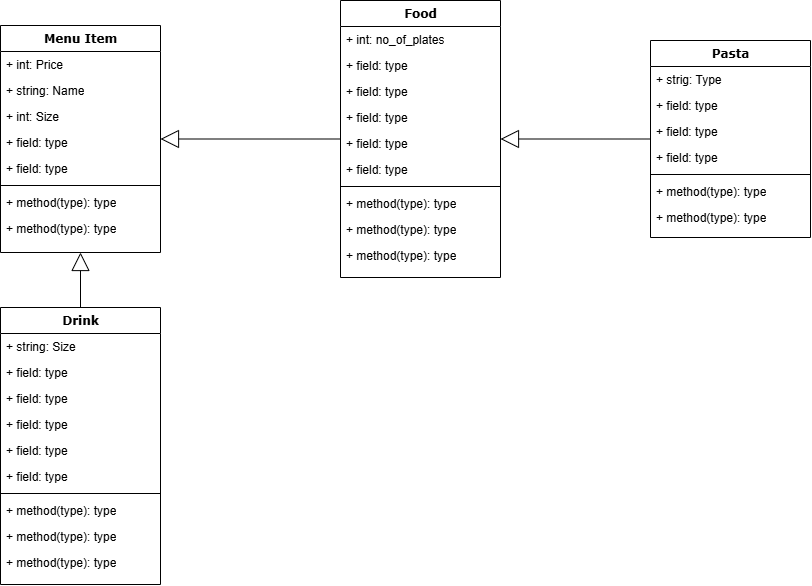
Above: UML.png in SohamA12345/Project (draw.io), before the change. Source tidied: cells renumbered, new cells last; positions are measured from the earlier drawing's top-left corner, leaving out a move shared by most shapes. Its diagram source:
```xml
<mxGraphModel>
  <root>
    <mxCell id="0" />
    <mxCell id="1" parent="0" />
    <mxCell id="2" value="&lt;div&gt;Menu Item&lt;br&gt;&lt;/div&gt;" style="swimlane;html=1;fontStyle=1;align=center;verticalAlign=top;horizontal=1;startSize=26;swimlaneFillColor=#ffffff;rounded=0;shadow=0;comic=0;labelBackgroundColor=none;strokeWidth=1;fillColor=none;fontFamily=Verdana;fontSize=12;" parent="1" vertex="1">
      <mxGeometry y="25" width="160" height="227" as="geometry" />
    </mxCell>
    <mxCell id="3" value="+ int: Price" style="text;html=1;strokeColor=none;fillColor=none;align=left;verticalAlign=top;spacingLeft=4;spacingRight=4;whiteSpace=wrap;overflow=hidden;" parent="2" vertex="1">
      <mxGeometry y="26" width="160" height="26" as="geometry" />
    </mxCell>
    <mxCell id="4" value="+ string: Name" style="text;html=1;strokeColor=none;fillColor=none;align=left;verticalAlign=top;spacingLeft=4;spacingRight=4;whiteSpace=wrap;overflow=hidden;" parent="2" vertex="1">
      <mxGeometry y="52" width="160" height="26" as="geometry" />
    </mxCell>
    <mxCell id="5" value="+ int: Size" style="text;html=1;strokeColor=none;fillColor=none;align=left;verticalAlign=top;spacingLeft=4;spacingRight=4;whiteSpace=wrap;overflow=hidden;" parent="2" vertex="1">
      <mxGeometry y="78" width="160" height="26" as="geometry" />
    </mxCell>
    <mxCell id="6" value="+ field: type" style="text;html=1;strokeColor=none;fillColor=none;align=left;verticalAlign=top;spacingLeft=4;spacingRight=4;whiteSpace=wrap;overflow=hidden;" parent="2" vertex="1">
      <mxGeometry y="104" width="160" height="26" as="geometry" />
    </mxCell>
    <mxCell id="7" value="+ field: type" style="text;html=1;strokeColor=none;fillColor=none;align=left;verticalAlign=top;spacingLeft=4;spacingRight=4;whiteSpace=wrap;overflow=hidden;" parent="2" vertex="1">
      <mxGeometry y="130" width="160" height="26" as="geometry" />
    </mxCell>
    <mxCell id="8" style="line;html=1;strokeWidth=1;fillColor=none;align=left;verticalAlign=middle;spacingTop=-1;spacingLeft=3;spacingRight=3;labelPosition=right;" parent="2" vertex="1">
      <mxGeometry y="156" width="160" height="8" as="geometry" />
    </mxCell>
    <mxCell id="9" value="+ method(type): type" style="text;html=1;strokeColor=none;fillColor=none;align=left;verticalAlign=top;spacingLeft=4;spacingRight=4;whiteSpace=wrap;overflow=hidden;" parent="2" vertex="1">
      <mxGeometry y="164" width="160" height="26" as="geometry" />
    </mxCell>
    <mxCell id="10" value="+ method(type): type" style="text;html=1;strokeColor=none;fillColor=none;align=left;verticalAlign=top;spacingLeft=4;spacingRight=4;whiteSpace=wrap;overflow=hidden;" parent="2" vertex="1">
      <mxGeometry y="190" width="160" height="26" as="geometry" />
    </mxCell>
    <mxCell id="11" style="edgeStyle=orthogonalEdgeStyle;html=1;labelBackgroundColor=none;startFill=0;startSize=8;endArrow=block;endFill=0;endSize=16;fontFamily=Verdana;fontSize=12;elbow=vertical;rounded=1;strokeColor=default;align=center;verticalAlign=middle;fontColor=default;" parent="1" edge="1" source="23" target="12">
      <mxGeometry relative="1" as="geometry" />
    </mxCell>
    <mxCell id="12" value="Food" style="swimlane;html=1;fontStyle=1;align=center;verticalAlign=top;horizontal=1;startSize=26;swimlaneFillColor=#ffffff;rounded=0;shadow=0;comic=0;labelBackgroundColor=none;strokeWidth=1;fillColor=none;fontFamily=Verdana;fontSize=12;" parent="1" vertex="1">
      <mxGeometry x="340" width="160" height="277" as="geometry" />
    </mxCell>
    <mxCell id="13" value="+ int: no_of_plates" style="text;html=1;strokeColor=none;fillColor=none;align=left;verticalAlign=top;spacingLeft=4;spacingRight=4;whiteSpace=wrap;overflow=hidden;" parent="12" vertex="1">
      <mxGeometry y="26" width="160" height="26" as="geometry" />
    </mxCell>
    <mxCell id="14" value="+ field: type" style="text;html=1;strokeColor=none;fillColor=none;align=left;verticalAlign=top;spacingLeft=4;spacingRight=4;whiteSpace=wrap;overflow=hidden;" parent="12" vertex="1">
      <mxGeometry y="52" width="160" height="26" as="geometry" />
    </mxCell>
    <mxCell id="15" value="+ field: type" style="text;html=1;strokeColor=none;fillColor=none;align=left;verticalAlign=top;spacingLeft=4;spacingRight=4;whiteSpace=wrap;overflow=hidden;" parent="12" vertex="1">
      <mxGeometry y="78" width="160" height="26" as="geometry" />
    </mxCell>
    <mxCell id="16" value="+ field: type" style="text;html=1;strokeColor=none;fillColor=none;align=left;verticalAlign=top;spacingLeft=4;spacingRight=4;whiteSpace=wrap;overflow=hidden;" parent="12" vertex="1">
      <mxGeometry y="104" width="160" height="26" as="geometry" />
    </mxCell>
    <mxCell id="17" value="+ field: type" style="text;html=1;strokeColor=none;fillColor=none;align=left;verticalAlign=top;spacingLeft=4;spacingRight=4;whiteSpace=wrap;overflow=hidden;" parent="12" vertex="1">
      <mxGeometry y="130" width="160" height="26" as="geometry" />
    </mxCell>
    <mxCell id="18" value="+ field: type" style="text;html=1;strokeColor=none;fillColor=none;align=left;verticalAlign=top;spacingLeft=4;spacingRight=4;whiteSpace=wrap;overflow=hidden;" parent="12" vertex="1">
      <mxGeometry y="156" width="160" height="26" as="geometry" />
    </mxCell>
    <mxCell id="19" style="line;html=1;strokeWidth=1;fillColor=none;align=left;verticalAlign=middle;spacingTop=-1;spacingLeft=3;spacingRight=3;labelPosition=right;" parent="12" vertex="1">
      <mxGeometry y="182" width="160" height="8" as="geometry" />
    </mxCell>
    <mxCell id="20" value="+ method(type): type" style="text;html=1;strokeColor=none;fillColor=none;align=left;verticalAlign=top;spacingLeft=4;spacingRight=4;whiteSpace=wrap;overflow=hidden;" parent="12" vertex="1">
      <mxGeometry y="190" width="160" height="26" as="geometry" />
    </mxCell>
    <mxCell id="21" value="+ method(type): type" style="text;html=1;strokeColor=none;fillColor=none;align=left;verticalAlign=top;spacingLeft=4;spacingRight=4;whiteSpace=wrap;overflow=hidden;" parent="12" vertex="1">
      <mxGeometry y="216" width="160" height="26" as="geometry" />
    </mxCell>
    <mxCell id="22" value="+ method(type): type" style="text;html=1;strokeColor=none;fillColor=none;align=left;verticalAlign=top;spacingLeft=4;spacingRight=4;whiteSpace=wrap;overflow=hidden;" parent="12" vertex="1">
      <mxGeometry y="242" width="160" height="26" as="geometry" />
    </mxCell>
    <mxCell id="23" value="Pasta" style="swimlane;html=1;fontStyle=1;align=center;verticalAlign=top;horizontal=1;startSize=26;swimlaneFillColor=#ffffff;rounded=0;shadow=0;comic=0;labelBackgroundColor=none;strokeWidth=1;fillColor=none;fontFamily=Verdana;fontSize=12;" parent="1" vertex="1">
      <mxGeometry x="650" y="40" width="160" height="197" as="geometry" />
    </mxCell>
    <mxCell id="24" value="+ strig: Type&amp;nbsp;" style="text;html=1;strokeColor=none;fillColor=none;align=left;verticalAlign=top;spacingLeft=4;spacingRight=4;whiteSpace=wrap;overflow=hidden;" parent="23" vertex="1">
      <mxGeometry y="26" width="160" height="26" as="geometry" />
    </mxCell>
    <mxCell id="25" value="+ field: type" style="text;html=1;strokeColor=none;fillColor=none;align=left;verticalAlign=top;spacingLeft=4;spacingRight=4;whiteSpace=wrap;overflow=hidden;" parent="23" vertex="1">
      <mxGeometry y="52" width="160" height="26" as="geometry" />
    </mxCell>
    <mxCell id="26" value="+ field: type" style="text;html=1;strokeColor=none;fillColor=none;align=left;verticalAlign=top;spacingLeft=4;spacingRight=4;whiteSpace=wrap;overflow=hidden;" parent="23" vertex="1">
      <mxGeometry y="78" width="160" height="26" as="geometry" />
    </mxCell>
    <mxCell id="27" value="+ field: type" style="text;html=1;strokeColor=none;fillColor=none;align=left;verticalAlign=top;spacingLeft=4;spacingRight=4;whiteSpace=wrap;overflow=hidden;" parent="23" vertex="1">
      <mxGeometry y="104" width="160" height="26" as="geometry" />
    </mxCell>
    <mxCell id="28" style="line;html=1;strokeWidth=1;fillColor=none;align=left;verticalAlign=middle;spacingTop=-1;spacingLeft=3;spacingRight=3;labelPosition=right;" parent="23" vertex="1">
      <mxGeometry y="130" width="160" height="8" as="geometry" />
    </mxCell>
    <mxCell id="29" value="+ method(type): type" style="text;html=1;strokeColor=none;fillColor=none;align=left;verticalAlign=top;spacingLeft=4;spacingRight=4;whiteSpace=wrap;overflow=hidden;" parent="23" vertex="1">
      <mxGeometry y="138" width="160" height="26" as="geometry" />
    </mxCell>
    <mxCell id="30" value="+ method(type): type" style="text;html=1;strokeColor=none;fillColor=none;align=left;verticalAlign=top;spacingLeft=4;spacingRight=4;whiteSpace=wrap;overflow=hidden;" parent="23" vertex="1">
      <mxGeometry y="164" width="160" height="26" as="geometry" />
    </mxCell>
    <mxCell id="31" style="edgeStyle=orthogonalEdgeStyle;html=1;labelBackgroundColor=none;startFill=0;startSize=8;endArrow=block;endFill=0;endSize=16;fontFamily=Verdana;fontSize=12;elbow=vertical;rounded=1;strokeColor=default;align=center;verticalAlign=middle;fontColor=default;" parent="1" edge="1" source="12" target="2">
      <mxGeometry relative="1" as="geometry" />
    </mxCell>
    <mxCell id="32" style="edgeStyle=orthogonalEdgeStyle;rounded=1;jettySize=auto;html=1;entryX=0.5;entryY=1;entryDx=0;entryDy=0;strokeColor=default;align=center;verticalAlign=middle;fontFamily=Verdana;fontSize=12;fontColor=default;labelBackgroundColor=none;startFill=0;startSize=8;endArrow=block;endFill=0;endSize=16;" parent="1" edge="1" source="33" target="2">
      <mxGeometry relative="1" as="geometry" />
    </mxCell>
    <mxCell id="33" value="Drink" style="swimlane;html=1;fontStyle=1;align=center;verticalAlign=top;horizontal=1;startSize=26;swimlaneFillColor=#ffffff;rounded=0;shadow=0;comic=0;labelBackgroundColor=none;strokeWidth=1;fillColor=none;fontFamily=Verdana;fontSize=12;" parent="1" vertex="1">
      <mxGeometry y="307" width="160" height="277" as="geometry" />
    </mxCell>
    <mxCell id="34" value="+ string: Size" style="text;html=1;strokeColor=none;fillColor=none;align=left;verticalAlign=top;spacingLeft=4;spacingRight=4;whiteSpace=wrap;overflow=hidden;" parent="33" vertex="1">
      <mxGeometry y="26" width="160" height="26" as="geometry" />
    </mxCell>
    <mxCell id="35" value="+ field: type" style="text;html=1;strokeColor=none;fillColor=none;align=left;verticalAlign=top;spacingLeft=4;spacingRight=4;whiteSpace=wrap;overflow=hidden;" parent="33" vertex="1">
      <mxGeometry y="52" width="160" height="26" as="geometry" />
    </mxCell>
    <mxCell id="36" value="+ field: type" style="text;html=1;strokeColor=none;fillColor=none;align=left;verticalAlign=top;spacingLeft=4;spacingRight=4;whiteSpace=wrap;overflow=hidden;" parent="33" vertex="1">
      <mxGeometry y="78" width="160" height="26" as="geometry" />
    </mxCell>
    <mxCell id="37" value="+ field: type" style="text;html=1;strokeColor=none;fillColor=none;align=left;verticalAlign=top;spacingLeft=4;spacingRight=4;whiteSpace=wrap;overflow=hidden;" parent="33" vertex="1">
      <mxGeometry y="104" width="160" height="26" as="geometry" />
    </mxCell>
    <mxCell id="38" value="+ field: type" style="text;html=1;strokeColor=none;fillColor=none;align=left;verticalAlign=top;spacingLeft=4;spacingRight=4;whiteSpace=wrap;overflow=hidden;" parent="33" vertex="1">
      <mxGeometry y="130" width="160" height="26" as="geometry" />
    </mxCell>
    <mxCell id="39" value="+ field: type" style="text;html=1;strokeColor=none;fillColor=none;align=left;verticalAlign=top;spacingLeft=4;spacingRight=4;whiteSpace=wrap;overflow=hidden;" parent="33" vertex="1">
      <mxGeometry y="156" width="160" height="26" as="geometry" />
    </mxCell>
    <mxCell id="40" style="line;html=1;strokeWidth=1;fillColor=none;align=left;verticalAlign=middle;spacingTop=-1;spacingLeft=3;spacingRight=3;labelPosition=right;" parent="33" vertex="1">
      <mxGeometry y="182" width="160" height="8" as="geometry" />
    </mxCell>
    <mxCell id="41" value="+ method(type): type" style="text;html=1;strokeColor=none;fillColor=none;align=left;verticalAlign=top;spacingLeft=4;spacingRight=4;whiteSpace=wrap;overflow=hidden;" parent="33" vertex="1">
      <mxGeometry y="190" width="160" height="26" as="geometry" />
    </mxCell>
    <mxCell id="42" value="+ method(type): type" style="text;html=1;strokeColor=none;fillColor=none;align=left;verticalAlign=top;spacingLeft=4;spacingRight=4;whiteSpace=wrap;overflow=hidden;" parent="33" vertex="1">
      <mxGeometry y="216" width="160" height="26" as="geometry" />
    </mxCell>
    <mxCell id="43" value="+ method(type): type" style="text;html=1;strokeColor=none;fillColor=none;align=left;verticalAlign=top;spacingLeft=4;spacingRight=4;whiteSpace=wrap;overflow=hidden;" parent="33" vertex="1">
      <mxGeometry y="242" width="160" height="26" as="geometry" />
    </mxCell>
  </root>
</mxGraphModel>
```
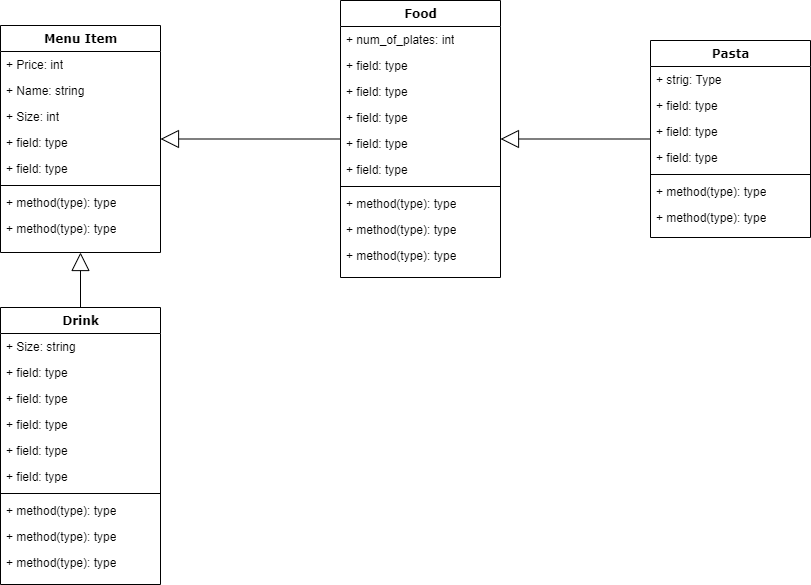
Later version of the same file.

Commit message:
Swapped type/field

What changed in the source:
```diff
@@ -5,13 +5,13 @@
     <mxCell id="2" value="&lt;div&gt;Menu Item&lt;br&gt;&lt;/div&gt;" style="swimlane;html=1;fontStyle=1;align=center;verticalAlign=top;horizontal=1;startSize=26;swimlaneFillColor=#ffffff;rounded=0;shadow=0;comic=0;labelBackgroundColor=none;strokeWidth=1;fillColor=none;fontFamily=Verdana;fontSize=12;" parent="1" vertex="1">
       <mxGeometry y="25" width="160" height="227" as="geometry" />
     </mxCell>
-    <mxCell id="3" value="+ int: Price" style="text;html=1;strokeColor=none;fillColor=none;align=left;verticalAlign=top;spacingLeft=4;spacingRight=4;whiteSpace=wrap;overflow=hidden;" parent="2" vertex="1">
+    <mxCell id="3" value="+ Price: int" style="text;html=1;strokeColor=none;fillColor=none;align=left;verticalAlign=top;spacingLeft=4;spacingRight=4;whiteSpace=wrap;overflow=hidden;" parent="2" vertex="1">
       <mxGeometry y="26" width="160" height="26" as="geometry" />
     </mxCell>
-    <mxCell id="4" value="+ string: Name" style="text;html=1;strokeColor=none;fillColor=none;align=left;verticalAlign=top;spacingLeft=4;spacingRight=4;whiteSpace=wrap;overflow=hidden;" parent="2" vertex="1">
+    <mxCell id="4" value="+ Name: string" style="text;html=1;strokeColor=none;fillColor=none;align=left;verticalAlign=top;spacingLeft=4;spacingRight=4;whiteSpace=wrap;overflow=hidden;" parent="2" vertex="1">
       <mxGeometry y="52" width="160" height="26" as="geometry" />
     </mxCell>
-    <mxCell id="5" value="+ int: Size" style="text;html=1;strokeColor=none;fillColor=none;align=left;verticalAlign=top;spacingLeft=4;spacingRight=4;whiteSpace=wrap;overflow=hidden;" parent="2" vertex="1">
+    <mxCell id="5" value="+ Size: int" style="text;html=1;strokeColor=none;fillColor=none;align=left;verticalAlign=top;spacingLeft=4;spacingRight=4;whiteSpace=wrap;overflow=hidden;" parent="2" vertex="1">
       <mxGeometry y="78" width="160" height="26" as="geometry" />
     </mxCell>
     <mxCell id="6" value="+ field: type" style="text;html=1;strokeColor=none;fillColor=none;align=left;verticalAlign=top;spacingLeft=4;spacingRight=4;whiteSpace=wrap;overflow=hidden;" parent="2" vertex="1">
@@ -35,7 +35,7 @@
     <mxCell id="12" value="Food" style="swimlane;html=1;fontStyle=1;align=center;verticalAlign=top;horizontal=1;startSize=26;swimlaneFillColor=#ffffff;rounded=0;shadow=0;comic=0;labelBackgroundColor=none;strokeWidth=1;fillColor=none;fontFamily=Verdana;fontSize=12;" parent="1" vertex="1">
       <mxGeometry x="340" width="160" height="277" as="geometry" />
     </mxCell>
-    <mxCell id="13" value="+ int: no_of_plates" style="text;html=1;strokeColor=none;fillColor=none;align=left;verticalAlign=top;spacingLeft=4;spacingRight=4;whiteSpace=wrap;overflow=hidden;" parent="12" vertex="1">
+    <mxCell id="13" value="+ num_of_plates: int" style="text;html=1;strokeColor=none;fillColor=none;align=left;verticalAlign=top;spacingLeft=4;spacingRight=4;whiteSpace=wrap;overflow=hidden;" parent="12" vertex="1">
       <mxGeometry y="26" width="160" height="26" as="geometry" />
     </mxCell>
     <mxCell id="14" value="+ field: type" style="text;html=1;strokeColor=none;fillColor=none;align=left;verticalAlign=top;spacingLeft=4;spacingRight=4;whiteSpace=wrap;overflow=hidden;" parent="12" vertex="1">
@@ -98,7 +98,7 @@
     <mxCell id="33" value="Drink" style="swimlane;html=1;fontStyle=1;align=center;verticalAlign=top;horizontal=1;startSize=26;swimlaneFillColor=#ffffff;rounded=0;shadow=0;comic=0;labelBackgroundColor=none;strokeWidth=1;fillColor=none;fontFamily=Verdana;fontSize=12;" parent="1" vertex="1">
       <mxGeometry y="307" width="160" height="277" as="geometry" />
     </mxCell>
-    <mxCell id="34" value="+ string: Size" style="text;html=1;strokeColor=none;fillColor=none;align=left;verticalAlign=top;spacingLeft=4;spacingRight=4;whiteSpace=wrap;overflow=hidden;" parent="33" vertex="1">
+    <mxCell id="34" value="+ Size: string" style="text;html=1;strokeColor=none;fillColor=none;align=left;verticalAlign=top;spacingLeft=4;spacingRight=4;whiteSpace=wrap;overflow=hidden;" parent="33" vertex="1">
       <mxGeometry y="26" width="160" height="26" as="geometry" />
     </mxCell>
     <mxCell id="35" value="+ field: type" style="text;html=1;strokeColor=none;fillColor=none;align=left;verticalAlign=top;spacingLeft=4;spacingRight=4;whiteSpace=wrap;overflow=hidden;" parent="33" vertex="1">
```
